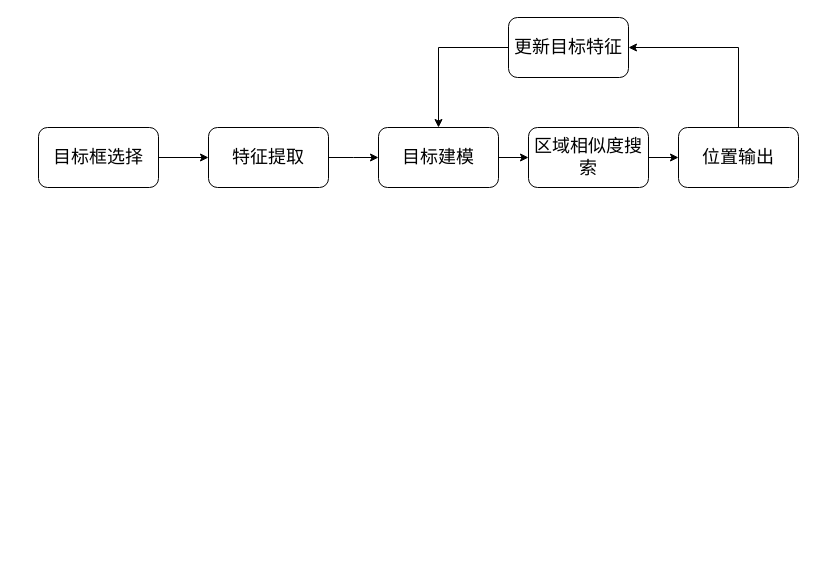
This is 未命名绘图.drawio from n1-k0/siamban, a draw.io file, before an edit. Source tidied: cells renumbered, new cells numbered last; positions are measured from the earlier drawing's top-left corner, leaving out a move shared by most shapes. Both pictures are drawn from the tidied source at 100%, with x=0, y=0 at pixel (38, 17).
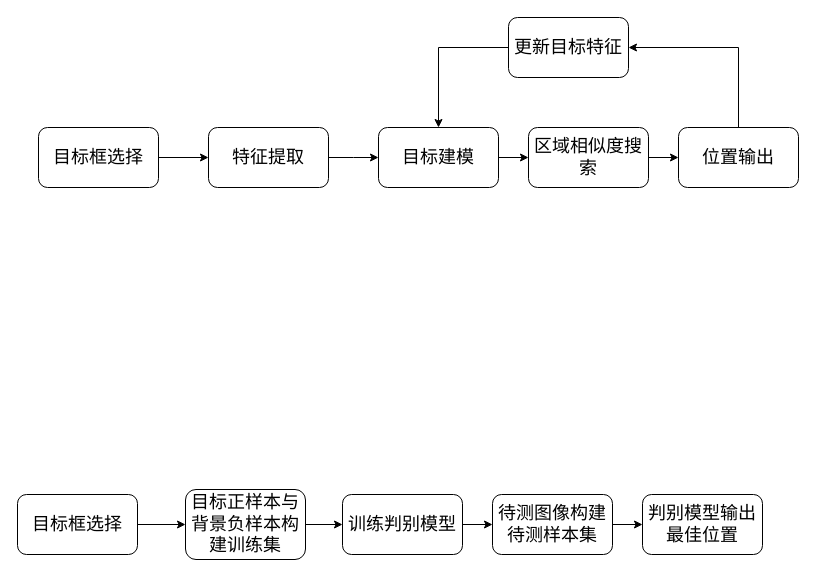
Above is the later version.

Commit message:
更新未命名绘图.drawio

What changed in the source:
```diff
@@
+    <mxCell id="14" style="edgeStyle=orthogonalEdgeStyle;rounded=0;jettySize=auto;html=1;exitX=1;exitY=0.5;exitDx=0;exitDy=0;entryX=0;entryY=0.5;entryDx=0;entryDy=0;" parent="1" edge="1" source="15" target="17">
+      <mxGeometry relative="1" as="geometry" />
+    </mxCell>
+    <mxCell id="15" value="&lt;font style=&quot;font-size: 18px;&quot;&gt;目标框选择&lt;/font&gt;" style="rounded=1;whiteSpace=wrap;html=1;" parent="1" vertex="1">
+      <mxGeometry x="-21" y="477" width="120" height="60" as="geometry" />
+    </mxCell>
+    <mxCell id="16" style="edgeStyle=orthogonalEdgeStyle;rounded=0;jettySize=auto;html=1;exitX=1;exitY=0.5;exitDx=0;exitDy=0;fontSize=18;" parent="1" edge="1" source="17">
+      <mxGeometry relative="1" as="geometry">
+        <mxPoint x="304" y="507" as="targetPoint" />
+      </mxGeometry>
+    </mxCell>
+    <mxCell id="17" value="&lt;font style=&quot;font-size: 18px;&quot;&gt;目标正样本与背景负样本构建训练集&lt;/font&gt;" style="whiteSpace=wrap;html=1;rounded=1;" parent="1" vertex="1">
+      <mxGeometry x="147" y="472" width="120" height="70" as="geometry" />
+    </mxCell>
+    <mxCell id="18" style="edgeStyle=orthogonalEdgeStyle;rounded=0;jettySize=auto;html=1;exitX=1;exitY=0.5;exitDx=0;exitDy=0;fontSize=18;" parent="1" edge="1" source="19">
+      <mxGeometry relative="1" as="geometry">
+        <mxPoint x="454" y="507" as="targetPoint" />
+      </mxGeometry>
+    </mxCell>
+    <mxCell id="19" value="&lt;font style=&quot;font-size: 18px;&quot;&gt;训练判别模型&lt;/font&gt;" style="whiteSpace=wrap;html=1;rounded=1;" parent="1" vertex="1">
+      <mxGeometry x="304" y="477" width="120" height="60" as="geometry" />
+    </mxCell>
+    <mxCell id="20" style="edgeStyle=orthogonalEdgeStyle;rounded=0;jettySize=auto;html=1;exitX=1;exitY=0.5;exitDx=0;exitDy=0;fontSize=18;" parent="1" edge="1" source="21">
+      <mxGeometry relative="1" as="geometry">
+        <mxPoint x="604" y="507" as="targetPoint" />
+      </mxGeometry>
+    </mxCell>
+    <mxCell id="21" value="&lt;font style=&quot;font-size: 18px;&quot;&gt;待测图像构建待测样本集&lt;/font&gt;" style="whiteSpace=wrap;html=1;rounded=1;" parent="1" vertex="1">
+      <mxGeometry x="454" y="477" width="120" height="60" as="geometry" />
+    </mxCell>
+    <mxCell id="22" value="&lt;font style=&quot;font-size: 18px;&quot;&gt;判别模型输出最佳位置&lt;/font&gt;" style="whiteSpace=wrap;html=1;rounded=1;" parent="1" vertex="1">
+      <mxGeometry x="604" y="477" width="120" height="60" as="geometry" />
+    </mxCell>
```
